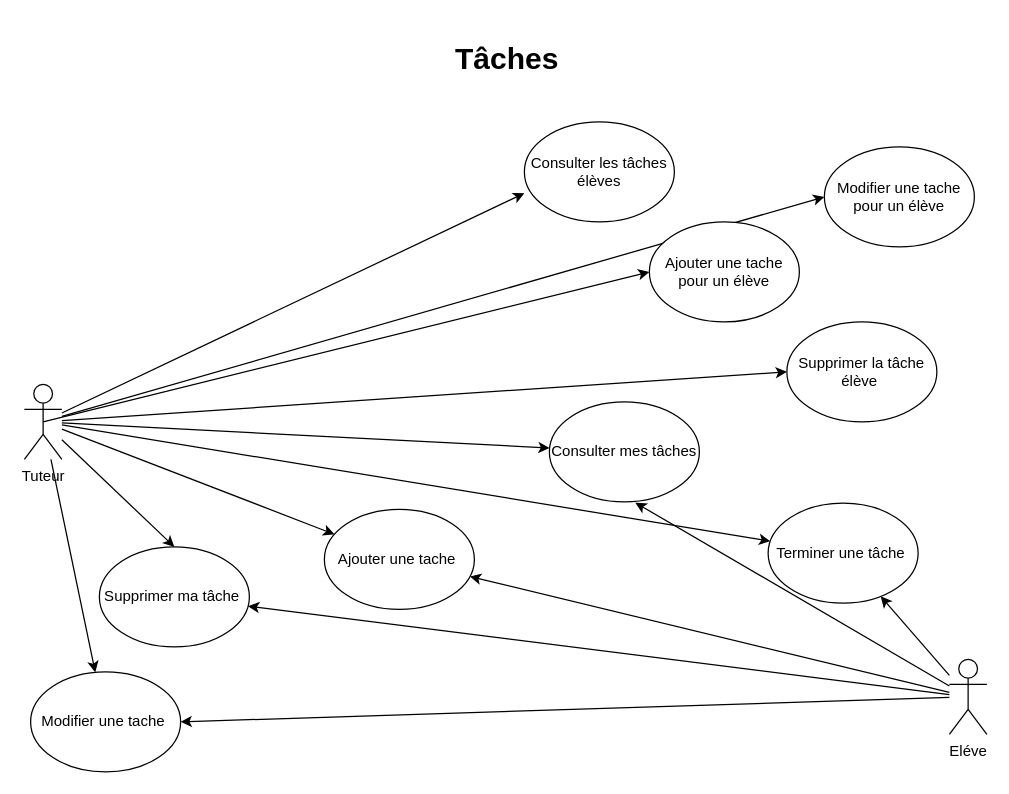
Earlier version of the draw.io diagram page "Tâches" (4 of 5) of P10Uml.drawio (tetyanachouteau/P10LHome). Source tidied: cells renumbered, new cells numbered last; positions are measured from the earlier drawing's top-left corner, leaving out a move shared by most shapes. Both pictures are drawn from the tidied source at 125%, with x=0, y=0 at pixel (24, 34).
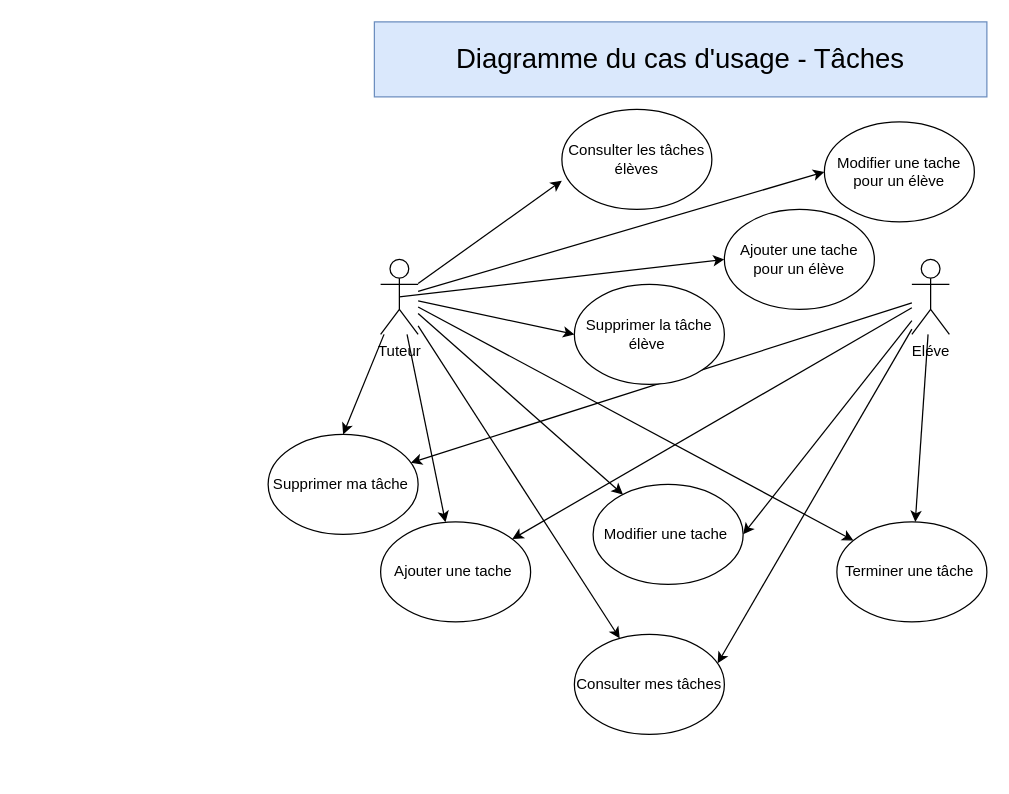
The same diagram, later.

Diff of the diagram source:
```diff
@@
     <mxCell id="11" value="Tuteur" style="shape=umlActor;verticalLabelPosition=bottom;verticalAlign=top;html=1;outlineConnect=0;" parent="1" vertex="1">
-      <mxGeometry y="280" width="30" height="60" as="geometry" />
+      <mxGeometry x="285" y="180" width="30" height="60" as="geometry" />
     </mxCell>
@@
-    <mxCell id="14" style="edgeStyle=none;rounded=0;jettySize=auto;html=1;entryX=0.573;entryY=1.008;entryDx=0;entryDy=0;entryPerimeter=0;" parent="1" edge="1" source="17" target="21">
+    <mxCell id="14" style="edgeStyle=none;rounded=0;jettySize=auto;html=1;entryX=0.955;entryY=0.29;entryDx=0;entryDy=0;entryPerimeter=0;" parent="1" edge="1" source="17" target="21">
       <mxGeometry relative="1" as="geometry" />
     </mxCell>
@@
     <mxCell id="17" value="Eléve" style="shape=umlActor;verticalLabelPosition=bottom;verticalAlign=top;html=1;outlineConnect=0;" parent="1" vertex="1">
-      <mxGeometry x="740" y="500" width="30" height="60" as="geometry" />
+      <mxGeometry x="710" y="180" width="30" height="60" as="geometry" />
     </mxCell>
     <mxCell id="18" value="Ajouter une tache&amp;nbsp;" style="ellipse;whiteSpace=wrap;html=1;" parent="1" vertex="1">
-      <mxGeometry x="240" y="380" width="120" height="80" as="geometry" />
+      <mxGeometry x="285" y="390" width="120" height="80" as="geometry" />
     </mxCell>
     <mxCell id="19" value="Ajouter une tache pour un élève" style="ellipse;whiteSpace=wrap;html=1;" parent="1" vertex="1">
-      <mxGeometry x="500" y="150" width="120" height="80" as="geometry" />
+      <mxGeometry x="560" y="140" width="120" height="80" as="geometry" />
     </mxCell>
     <mxCell id="20" value="Terminer une tâche&amp;nbsp;" style="ellipse;whiteSpace=wrap;html=1;" parent="1" vertex="1">
-      <mxGeometry x="595" y="375" width="120" height="80" as="geometry" />
+      <mxGeometry x="650" y="390" width="120" height="80" as="geometry" />
     </mxCell>
     <mxCell id="21" value="Consulter mes tâches" style="ellipse;whiteSpace=wrap;html=1;" parent="1" vertex="1">
-      <mxGeometry x="420" y="294" width="120" height="80" as="geometry" />
+      <mxGeometry x="440" y="480" width="120" height="80" as="geometry" />
     </mxCell>
     <mxCell id="22" value="Supprimer ma tâche&amp;nbsp;" style="ellipse;whiteSpace=wrap;html=1;" parent="1" vertex="1">
-      <mxGeometry x="60" y="410" width="120" height="80" as="geometry" />
+      <mxGeometry x="195" y="320" width="120" height="80" as="geometry" />
     </mxCell>
     <mxCell id="23" value="Consulter les tâches élèves" style="ellipse;whiteSpace=wrap;html=1;" parent="1" vertex="1">
-      <mxGeometry x="400" y="70" width="120" height="80" as="geometry" />
+      <mxGeometry x="430" y="60" width="120" height="80" as="geometry" />
     </mxCell>
     <mxCell id="24" value="Supprimer la tâche élève&amp;nbsp;" style="ellipse;whiteSpace=wrap;html=1;" parent="1" vertex="1">
-      <mxGeometry x="610" y="230" width="120" height="80" as="geometry" />
+      <mxGeometry x="440" y="200" width="120" height="80" as="geometry" />
     </mxCell>
@@
-    <mxCell id="26" value="&lt;h1&gt;Tâches&lt;/h1&gt;" style="text;html=1;strokeColor=none;fillColor=none;spacing=5;spacingTop=-20;whiteSpace=wrap;overflow=hidden;rounded=0;" parent="1" vertex="1">
-      <mxGeometry x="340" width="190" height="120" as="geometry" />
-    </mxCell>
     <mxCell id="27" value="Modifier une tache pour un élève" style="ellipse;whiteSpace=wrap;html=1;" parent="1" vertex="1">
-      <mxGeometry x="640" y="90" width="120" height="80" as="geometry" />
+      <mxGeometry x="640" y="70" width="120" height="80" as="geometry" />
     </mxCell>
     <mxCell id="28" value="Modifier une tache&amp;nbsp;" style="ellipse;whiteSpace=wrap;html=1;" parent="1" vertex="1">
-      <mxGeometry x="5" y="510" width="120" height="80" as="geometry" />
+      <mxGeometry x="455" y="360" width="120" height="80" as="geometry" />
     </mxCell>
+    <mxCell id="29" value="&lt;font style=&quot;font-size: 22px;&quot;&gt;Diagramme du cas d'usage - Tâches&lt;/font&gt;" style="rounded=0;whiteSpace=wrap;html=1;fillColor=#dae8fc;strokeColor=#6c8ebf;" parent="1" vertex="1">
+      <mxGeometry x="280" y="-10" width="490" height="60" as="geometry" />
+    </mxCell>
```
